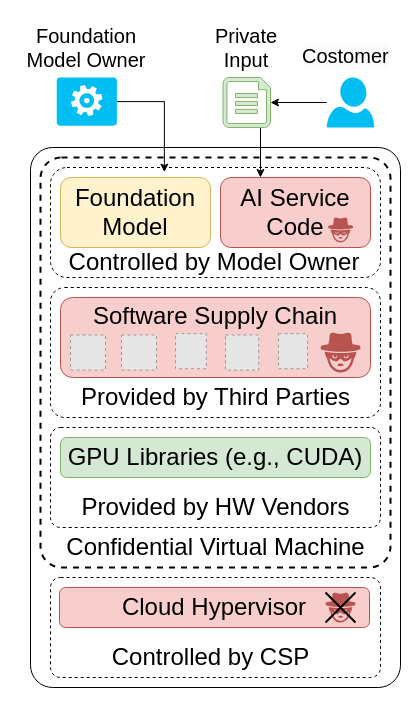
The draw.io diagram page "CCSolution" (5 of 5) of ConfidentialComputing/confAI_current.drawio in ya0guang/researches, before the edit. Source tidied: cells renumbered, new cells numbered last; positions are measured from the earlier drawing's top-left corner, leaving out a move shared by most shapes. Both pictures are drawn from the tidied source at 100%, with x=0, y=0 at pixel (16, 17). Pictures stored in the file or linked from it are replaced by grey dashed boxes.
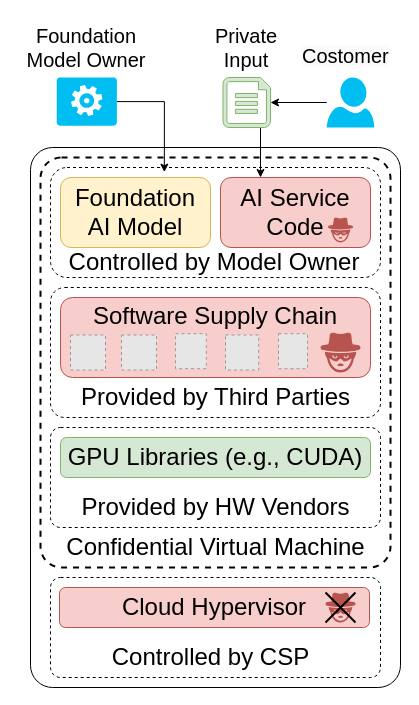
The same page after the edit.

Change to the diagram source:
```diff
@@
-    <mxCell id="14" value="&lt;span style=&quot;font-size: 24px;&quot;&gt;Foundation Model&lt;/span&gt;" style="rounded=1;whiteSpace=wrap;html=1;fillColor=#fff2cc;strokeColor=#d6b656;" parent="1" vertex="1">
+    <mxCell id="14" value="&lt;span style=&quot;font-size: 24px;&quot;&gt;Foundation AI Model&lt;/span&gt;" style="rounded=1;whiteSpace=wrap;html=1;fillColor=#fff2cc;strokeColor=#d6b656;" parent="1" vertex="1">
       <mxGeometry x="44" y="160" width="150" height="70" as="geometry" />
     </mxCell>
```
